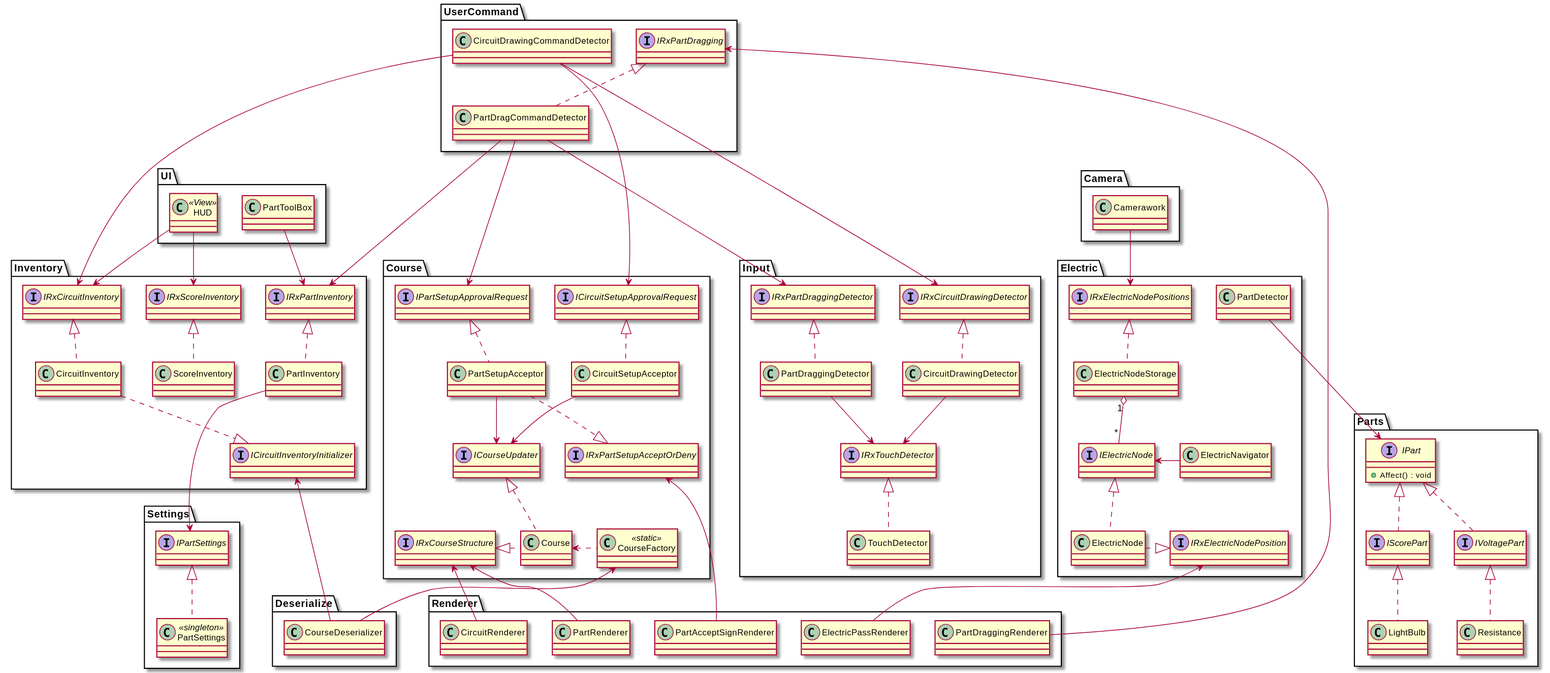
This is ClassDiagram/ElSchema.svg from EleCuit-02106/Docs, a PlantUML export, as it was before one commit.
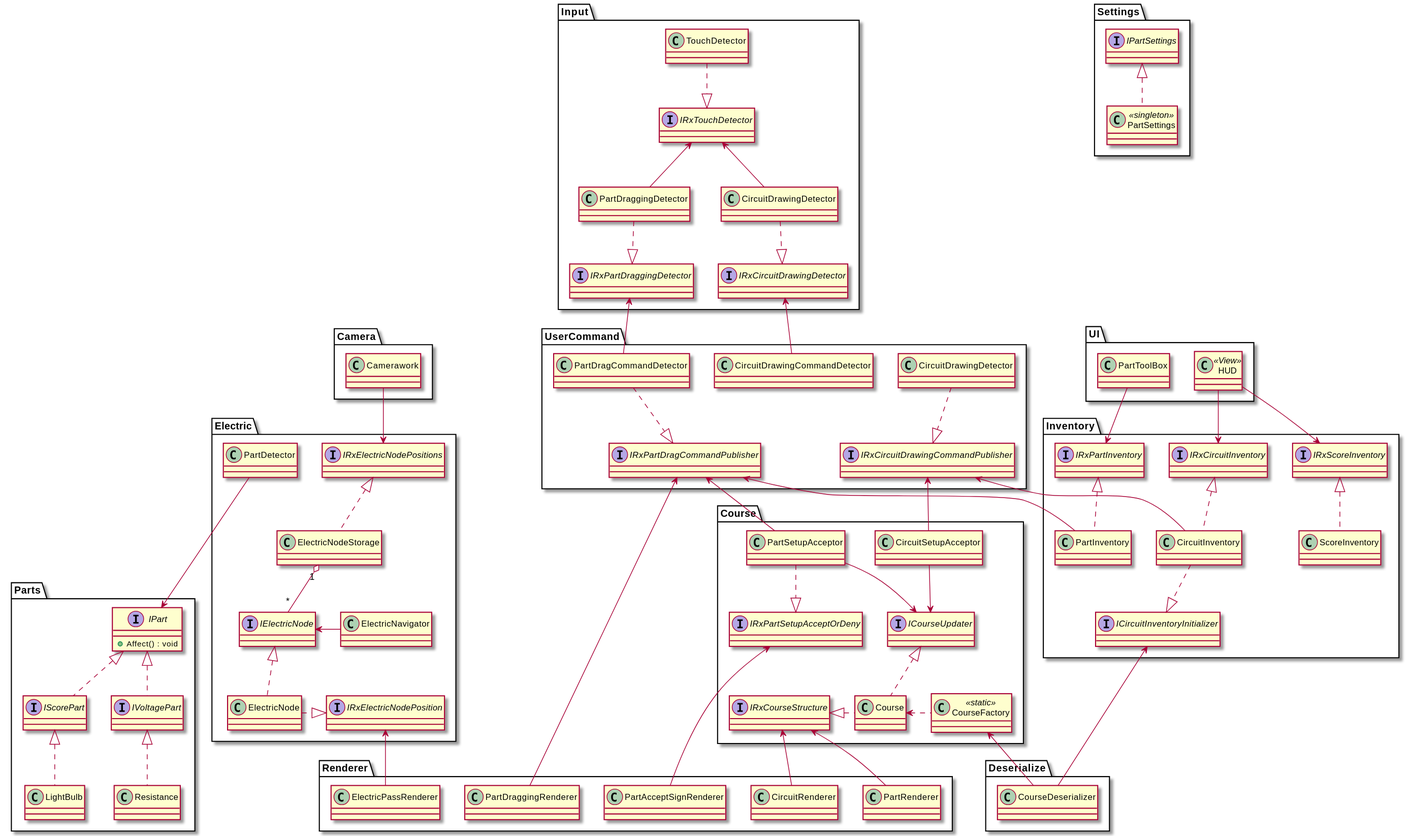
The same diagram one commit later.

Commit message:
クラス図を更新

Diff of the diagram source:
```diff
@@ -13,12 +13,13 @@
     class PartInventory
     interface IRxPartInventory
     IRxPartInventory <|.. PartInventory
-    PartInventory ---> Settings.IPartSettings
+    UserCommand.IRxPartDragCommandPublisher <-- PartInventory
     class CircuitInventory
     interface IRxCircuitInventory
+    IRxCircuitInventory <|.. CircuitInventory
     interface ICircuitInventoryInitializer
-    IRxCircuitInventory <|.. CircuitInventory
     CircuitInventory ..|> ICircuitInventoryInitializer
+    UserCommand.IRxCircuitDrawingCommandPublisher <-- CircuitInventory
     class ScoreInventory
     interface IRxScoreInventory
     IRxScoreInventory <|.. ScoreInventory
@@ -35,15 +36,13 @@
     CourseFactory .left> Course
 
     class PartSetupAcceptor
-    interface IPartSetupApprovalRequest
+    UserCommand.IRxPartDragCommandPublisher <-- PartSetupAcceptor
     interface IRxPartSetupAcceptOrDeny
-    IPartSetupApprovalRequest <|.. PartSetupAcceptor
     PartSetupAcceptor ..|> IRxPartSetupAcceptOrDeny
     PartSetupAcceptor --> ICourseUpdater
 
     class CircuitSetupAcceptor
-    interface ICircuitSetupApprovalRequest
-    ICircuitSetupApprovalRequest <|.. CircuitSetupAcceptor
+    UserCommand.IRxCircuitDrawingCommandPublisher <-- CircuitSetupAcceptor
     CircuitSetupAcceptor --> ICourseUpdater
 }
 
@@ -60,17 +59,15 @@
 }
 
 namespace UserCommand {
+    interface IRxPartDragCommandPublisher
     class PartDragCommandDetector
-    interface IRxPartDragging
-    IRxPartDragging <|.. PartDragCommandDetector
-    PartDragCommandDetector ---> Input.IRxPartDraggingDetector
-    PartDragCommandDetector ---> Inventory.IRxPartInventory
-    PartDragCommandDetector ---> Course.IPartSetupApprovalRequest
+    PartDragCommandDetector ..|> IRxPartDragCommandPublisher
+    Input.IRxPartDraggingDetector <-- PartDragCommandDetector
 
+    interface IRxCircuitDrawingCommandPublisher
     class CircuitDrawingCommandDetector
-    CircuitDrawingCommandDetector ---> Input.IRxCircuitDrawingDetector
-    CircuitDrawingCommandDetector ---> Inventory.IRxCircuitInventory
-    CircuitDrawingCommandDetector ---> Course.ICircuitSetupApprovalRequest
+    CircuitDrawingDetector ..|> IRxCircuitDrawingCommandPublisher
+    Input.IRxCircuitDrawingDetector <-- CircuitDrawingCommandDetector
 }
 
 namespace Parts {
@@ -119,17 +116,17 @@
 namespace Input {
     interface IRxTouchDetector
     class TouchDetector
-    IRxTouchDetector <|.. TouchDetector
+    TouchDetector ..|> IRxTouchDetector
 
     interface IRxCircuitDrawingDetector
     class CircuitDrawingDetector
-    IRxCircuitDrawingDetector <|.. CircuitDrawingDetector
+    CircuitDrawingDetector ..|> IRxCircuitDrawingDetector
     interface IRxPartDraggingDetector
     class PartDraggingDetector
-    IRxPartDraggingDetector <|.. PartDraggingDetector
+    PartDraggingDetector ..|> IRxPartDraggingDetector
 
-    CircuitDrawingDetector --> IRxTouchDetector
-    PartDraggingDetector --> IRxTouchDetector
+    IRxTouchDetector <-- CircuitDrawingDetector
+    IRxTouchDetector <-- PartDraggingDetector
 }
 
 
@@ -143,7 +140,7 @@
     class PartAcceptSignRenderer
     Course.IRxPartSetupAcceptOrDeny <-- PartAcceptSignRenderer
     class PartDraggingRenderer
-    UserCommand.IRxPartDragging <-- PartDraggingRenderer
+    UserCommand.IRxPartDragCommandPublisher <-- PartDraggingRenderer
 }
 
 @enduml
```
